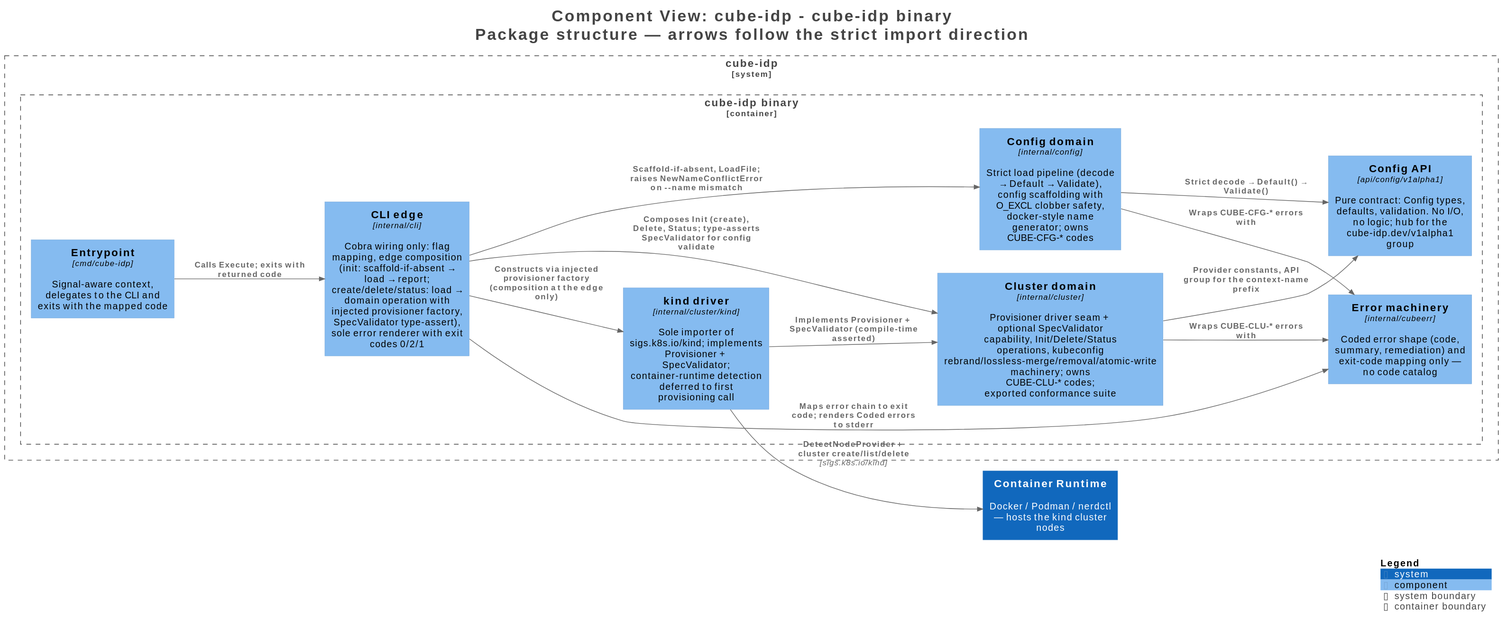
This is docs/architecture/structurizr-Components.svg from cube-idp/cube-idp, a PlantUML export, as it was before one commit.
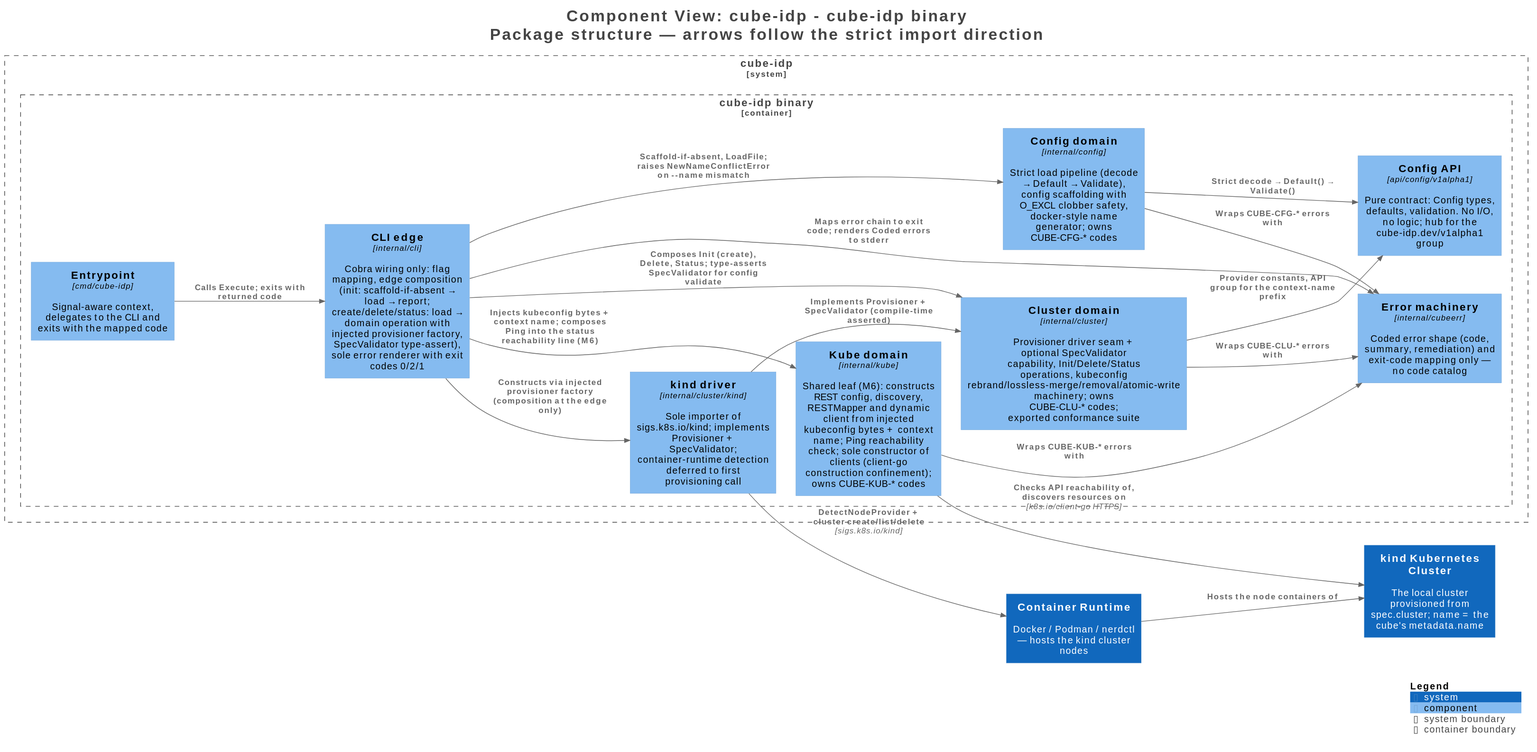
Later version of the same file.

Commit message:
docs(m6): design gate — kube domain, client-go adoption

Diff of the diagram source:
```diff
@@ -16,9 +16,11 @@
 !include <C4/C4_Component>
 
 System(ContainerRuntime, "Container Runtime", $descr="Docker / Podman / nerdctl — hosts the kind cluster nodes", $tags="", $link="")
+System(kindKubernetesCluster, "kind Kubernetes Cluster", $descr="The local cluster provisioned from spec.cluster; name = the cube's metadata.name", $tags="", $link="")
 
 System_Boundary("cubeidp_boundary", "cube-idp", $tags="") {
   Container_Boundary("cubeidp.cubeidpbinary_boundary", "cube-idp binary", $tags="") {
+    Component(cubeidp.cubeidpbinary.Kubedomain, "Kube domain", $techn="internal/kube", $descr="Shared leaf (M6): constructs REST config, discovery, RESTMapper and dynamic client from injected kubeconfig bytes + context name; Ping reachability check; sole constructor of clients (client-go construction confinement); owns CUBE-KUB-* codes", $tags="", $link="")
     Component(cubeidp.cubeidpbinary.Errormachinery, "Error machinery", $techn="internal/cubeerr", $descr="Coded error shape (code, summary, remediation) and exit-code mapping only — no code catalog", $tags="", $link="")
     Component(cubeidp.cubeidpbinary.Entrypoint, "Entrypoint", $techn="cmd/cube-idp", $descr="Signal-aware context, delegates to the CLI and exits with the mapped code", $tags="", $link="")
     Component(cubeidp.cubeidpbinary.CLIedge, "CLI edge", $techn="internal/cli", $descr="Cobra wiring only: flag mapping, edge composition (init: scaffold-if-absent → load → report; create/delete/status: load → domain operation with injected provisioner factory, SpecValidator type-assert), sole error renderer with exit codes 0/2/1", $tags="", $link="")
@@ -30,15 +32,19 @@
 
 }
 
+Rel(ContainerRuntime, kindKubernetesCluster, "Hosts the node containers of", $techn="", $tags="", $link="")
 Rel(cubeidp.cubeidpbinary.Entrypoint, cubeidp.cubeidpbinary.CLIedge, "Calls Execute; exits with returned code", $techn="", $tags="", $link="")
 Rel(cubeidp.cubeidpbinary.CLIedge, cubeidp.cubeidpbinary.Configdomain, "Scaffold-if-absent, LoadFile; raises NewNameConflictError on --name mismatch", $techn="", $tags="", $link="")
 Rel(cubeidp.cubeidpbinary.CLIedge, cubeidp.cubeidpbinary.Clusterdomain, "Composes Init (create), Delete, Status; type-asserts SpecValidator for config validate", $techn="", $tags="", $link="")
 Rel(cubeidp.cubeidpbinary.CLIedge, cubeidp.cubeidpbinary.kinddriver, "Constructs via injected provisioner factory (composition at the edge only)", $techn="", $tags="", $link="")
+Rel(cubeidp.cubeidpbinary.CLIedge, cubeidp.cubeidpbinary.Kubedomain, "Injects kubeconfig bytes + context name; composes Ping into the status reachability line (M6)", $techn="", $tags="", $link="")
 Rel(cubeidp.cubeidpbinary.CLIedge, cubeidp.cubeidpbinary.Errormachinery, "Maps error chain to exit code; renders Coded errors to stderr", $techn="", $tags="", $link="")
 Rel(cubeidp.cubeidpbinary.Configdomain, cubeidp.cubeidpbinary.ConfigAPI, "Strict decode → Default() → Validate()", $techn="", $tags="", $link="")
 Rel(cubeidp.cubeidpbinary.Clusterdomain, cubeidp.cubeidpbinary.ConfigAPI, "Provider constants, API group for the context-name prefix", $techn="", $tags="", $link="")
 Rel(cubeidp.cubeidpbinary.Configdomain, cubeidp.cubeidpbinary.Errormachinery, "Wraps CUBE-CFG-* errors with", $techn="", $tags="", $link="")
 Rel(cubeidp.cubeidpbinary.Clusterdomain, cubeidp.cubeidpbinary.Errormachinery, "Wraps CUBE-CLU-* errors with", $techn="", $tags="", $link="")
+Rel(cubeidp.cubeidpbinary.Kubedomain, cubeidp.cubeidpbinary.Errormachinery, "Wraps CUBE-KUB-* errors with", $techn="", $tags="", $link="")
+Rel(cubeidp.cubeidpbinary.Kubedomain, kindKubernetesCluster, "Checks API reachability of, discovers resources on", $techn="k8s.io/client-go HTTPS", $tags="", $link="")
 Rel(cubeidp.cubeidpbinary.kinddriver, cubeidp.cubeidpbinary.Clusterdomain, "Implements Provisioner + SpecValidator (compile-time asserted)", $techn="", $tags="", $link="")
 Rel(cubeidp.cubeidpbinary.kinddriver, ContainerRuntime, "DetectNodeProvider + cluster create/list/delete", $techn="sigs.k8s.io/kind", $tags="", $link="")
 
```
